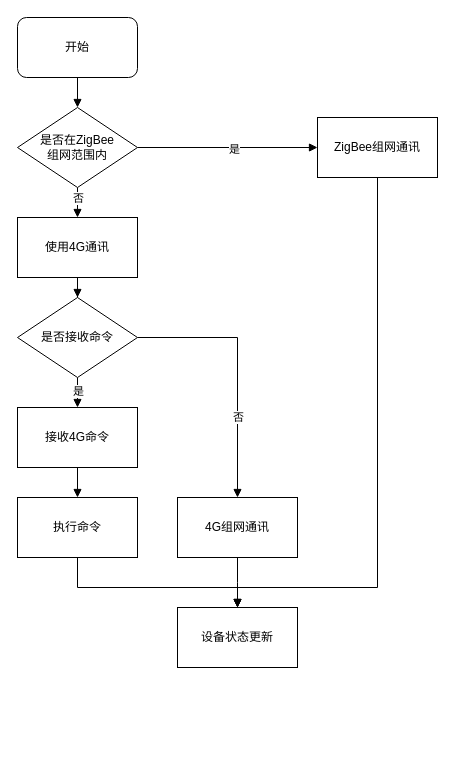
The draw.io diagram 4G和ZigBee融合通信流程图.drawio in anvalue/DrawIo_SQ, before the edit. Source tidied: cells renumbered, new cells numbered last; positions are measured from the earlier drawing's top-left corner, leaving out a move shared by most shapes. Both pictures are drawn from the tidied source at 100%, with x=0, y=0 at pixel (17, 17).
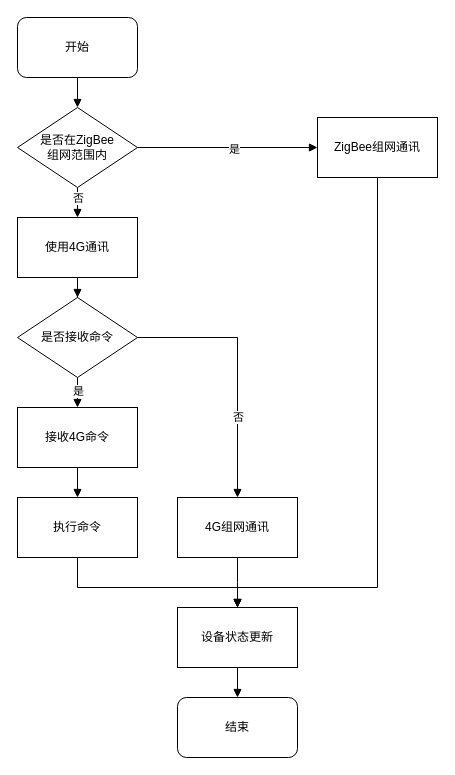
The same page after the edit.

Commit message (it also covers changes not shown here):
更新4G和ZigBee融合通信流程图.drawio

Unchanged cells that the change refers to:
```xml
<mxCell id="24" value="设备状态更新" style="whiteSpace=wrap;html=1;" parent="1" vertex="1">
  <mxGeometry x="160" y="590" width="120" height="60" as="geometry" />
</mxCell>
```

Change to the diagram source:
```diff
@@
+    <mxCell id="25" style="edgeStyle=orthogonalEdgeStyle;shape=connector;rounded=0;jettySize=auto;html=1;strokeColor=default;align=center;verticalAlign=middle;fontFamily=Helvetica;fontSize=11;fontColor=default;labelBackgroundColor=default;endArrow=block;endFill=1;" parent="1" edge="1" source="24" target="26">
+      <mxGeometry relative="1" as="geometry" />
+    </mxCell>
@@
+    <mxCell id="26" value="结束" style="rounded=1;whiteSpace=wrap;html=1;" parent="1" vertex="1">
+      <mxGeometry x="160" y="680" width="120" height="60" as="geometry" />
+    </mxCell>
```
